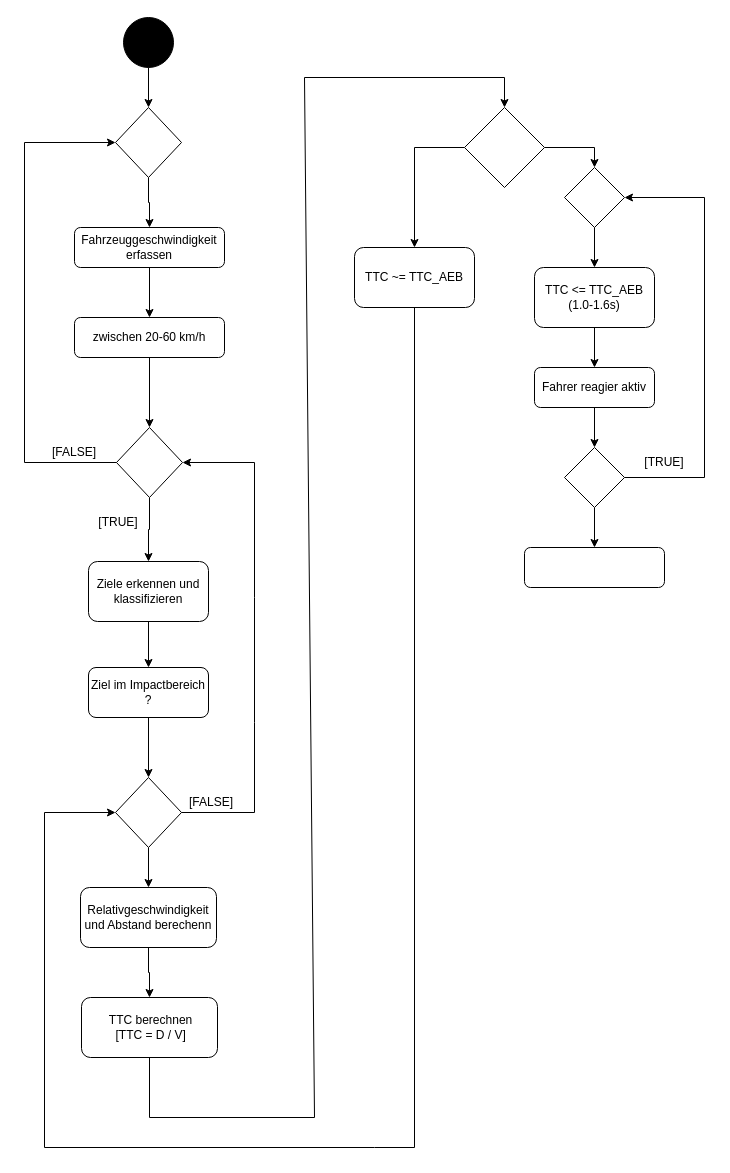
This is Aktivitätsdiagramm_AEB.drawio from Nickcoby/Informatik-in-Fzgsystemen, a draw.io file, before an edit. Source tidied: cells renumbered, new cells numbered last; positions are measured from the earlier drawing's top-left corner, leaving out a move shared by most shapes. Both pictures are drawn from the tidied source at 100%, with x=0, y=0 at pixel (24, 17).
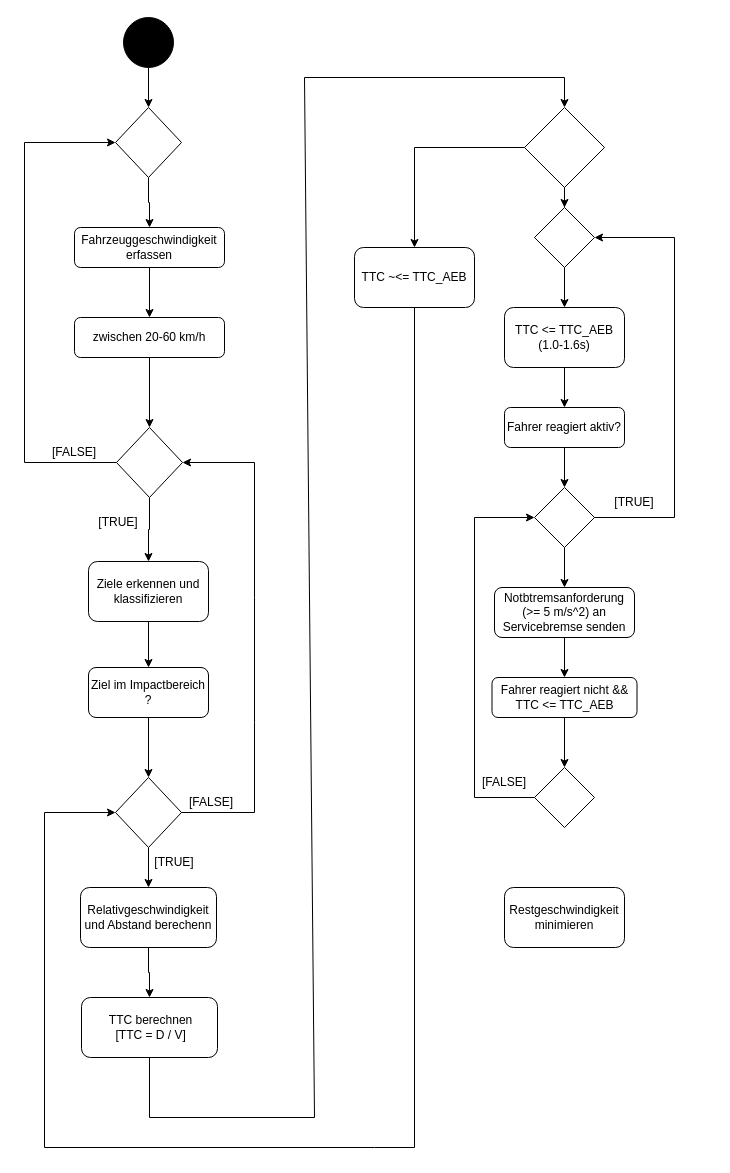
The same diagram, later.

Commit message (it also covers changes not shown here):
UML_AEB änderung

Unchanged cells that the change refers to:
```xml
<mxCell id="25" value="&amp;nbsp; &amp;nbsp; &amp;nbsp; &amp;nbsp; TTC berechnen&amp;nbsp; &amp;nbsp; &amp;nbsp; &amp;nbsp; &amp;nbsp;[TTC = D / V]" style="rounded=1;whiteSpace=wrap;html=1;" parent="1" vertex="1">
  <mxGeometry x="57" y="980" width="136" height="60" as="geometry" />
</mxCell>
```

The edit, as a diff of the source:
```diff
@@
-    <mxCell id="26" value="TTC ~= TTC_AEB" style="rounded=1;whiteSpace=wrap;html=1;" parent="1" vertex="1">
+    <mxCell id="26" value="TTC ~&amp;lt;= TTC_AEB" style="rounded=1;whiteSpace=wrap;html=1;" parent="1" vertex="1">
       <mxGeometry x="330" y="230" width="120" height="60" as="geometry" />
     </mxCell>
@@
     <mxCell id="28" value="TTC &amp;lt;= TTC_AEB (1.0-1.6s)" style="rounded=1;whiteSpace=wrap;html=1;" parent="1" vertex="1">
-      <mxGeometry x="510" y="250" width="120" height="60" as="geometry" />
+      <mxGeometry x="480" y="290" width="120" height="60" as="geometry" />
     </mxCell>
     <mxCell id="29" style="endArrow=classic;html=1;rounded=0;exitX=0.5;exitY=1;exitDx=0;exitDy=0;entryX=0.5;entryY=0;entryDx=0;entryDy=0;" parent="1" edge="1" source="25" target="32">
       <mxGeometry relative="1" as="geometry">
         <Array as="points">
           <mxPoint x="125" y="1100" />
           <mxPoint x="290" y="1100" />
           <mxPoint x="280" y="60" />
-          <mxPoint x="480" y="60" />
+          <mxPoint x="540" y="60" />
         </Array>
       </mxGeometry>
     </mxCell>
@@
     <mxCell id="32" style="rhombus;whiteSpace=wrap;html=1;" parent="1" vertex="1">
-      <mxGeometry x="440" y="90" width="80" height="80" as="geometry" />
+      <mxGeometry x="500" y="90" width="80" height="80" as="geometry" />
     </mxCell>
@@
-    <mxCell id="35" value="Fahrer reagier aktiv" style="rounded=1;whiteSpace=wrap;html=1;" parent="1" vertex="1">
-      <mxGeometry x="510" y="350" width="120" height="40" as="geometry" />
+    <mxCell id="35" value="Fahrer reagiert aktiv?" style="rounded=1;whiteSpace=wrap;html=1;" parent="1" vertex="1">
+      <mxGeometry x="480" y="390" width="120" height="40" as="geometry" />
     </mxCell>
@@
     <mxCell id="37" style="rhombus;whiteSpace=wrap;html=1;" parent="1" vertex="1">
-      <mxGeometry x="540" y="430" width="60" height="60" as="geometry" />
+      <mxGeometry x="510" y="470" width="60" height="60" as="geometry" />
     </mxCell>
     <mxCell id="38" style="rhombus;whiteSpace=wrap;html=1;" parent="1" vertex="1">
-      <mxGeometry x="540" y="150" width="60" height="60" as="geometry" />
+      <mxGeometry x="510" y="190" width="60" height="60" as="geometry" />
     </mxCell>
@@
     <mxCell id="40" style="endArrow=classic;html=1;rounded=0;exitX=1;exitY=0.5;exitDx=0;exitDy=0;entryX=1;entryY=0.5;entryDx=0;entryDy=0;" parent="1" edge="1" source="37" target="38">
       <mxGeometry relative="1" as="geometry">
         <Array as="points">
-          <mxPoint x="680" y="460" />
-          <mxPoint x="680" y="180" />
+          <mxPoint x="650" y="500" />
+          <mxPoint x="650" y="220" />
         </Array>
       </mxGeometry>
     </mxCell>
     <mxCell id="41" value="[TRUE]" style="text;html=1;whiteSpace=wrap;strokeColor=none;fillColor=none;align=center;verticalAlign=middle;rounded=0;" parent="1" vertex="1">
-      <mxGeometry x="610" y="430" width="60" height="30" as="geometry" />
+      <mxGeometry x="580" y="470" width="60" height="30" as="geometry" />
     </mxCell>
+    <mxCell id="43" style="edgeStyle=orthogonalEdgeStyle;rounded=0;jettySize=auto;html=1;" parent="1" edge="1" source="42" target="46">
+      <mxGeometry relative="1" as="geometry" />
+    </mxCell>
-    <mxCell id="42" style="rounded=1;whiteSpace=wrap;html=1;" parent="1" vertex="1">
-      <mxGeometry x="500" y="530" width="140" height="40" as="geometry" />
+    <mxCell id="42" value="Notbtremsanforderung (&amp;gt;= 5 m/s^2) an Servicebremse senden" style="rounded=1;whiteSpace=wrap;html=1;" parent="1" vertex="1">
+      <mxGeometry x="470" y="570" width="140" height="50" as="geometry" />
     </mxCell>
+    <mxCell id="44" style="rhombus;whiteSpace=wrap;html=1;" parent="1" vertex="1">
+      <mxGeometry x="510" y="750" width="60" height="60" as="geometry" />
+    </mxCell>
+    <mxCell id="45" style="edgeStyle=orthogonalEdgeStyle;rounded=0;jettySize=auto;html=1;" parent="1" edge="1" source="46" target="44">
+      <mxGeometry relative="1" as="geometry" />
+    </mxCell>
+    <mxCell id="46" value="Fahrer reagiert nicht &amp;amp;&amp;amp; TTC &amp;lt;= TTC_AEB" style="rounded=1;whiteSpace=wrap;html=1;" parent="1" vertex="1">
+      <mxGeometry x="467.5" y="660" width="145" height="40" as="geometry" />
+    </mxCell>
+    <mxCell id="47" style="endArrow=classic;html=1;rounded=0;exitX=0;exitY=0.5;exitDx=0;exitDy=0;entryX=0;entryY=0.5;entryDx=0;entryDy=0;" parent="1" edge="1" source="44" target="37">
+      <mxGeometry relative="1" as="geometry">
+        <Array as="points">
+          <mxPoint x="450" y="780" />
+          <mxPoint x="450" y="500" />
+        </Array>
+      </mxGeometry>
+    </mxCell>
+    <mxCell id="48" value="[FALSE]" style="text;html=1;whiteSpace=wrap;strokeColor=none;fillColor=none;align=center;verticalAlign=middle;rounded=0;" parent="1" vertex="1">
+      <mxGeometry x="450" y="750" width="60" height="30" as="geometry" />
+    </mxCell>
+    <mxCell id="49" value="Restgeschwindigkeit minimieren" style="rounded=1;whiteSpace=wrap;html=1;" parent="1" vertex="1">
+      <mxGeometry x="480" y="870" width="120" height="60" as="geometry" />
+    </mxCell>
+    <mxCell id="50" value="[TRUE]" style="text;html=1;whiteSpace=wrap;strokeColor=none;fillColor=none;align=center;verticalAlign=middle;rounded=0;" parent="1" vertex="1">
+      <mxGeometry x="120" y="830" width="60" height="30" as="geometry" />
+    </mxCell>
```
